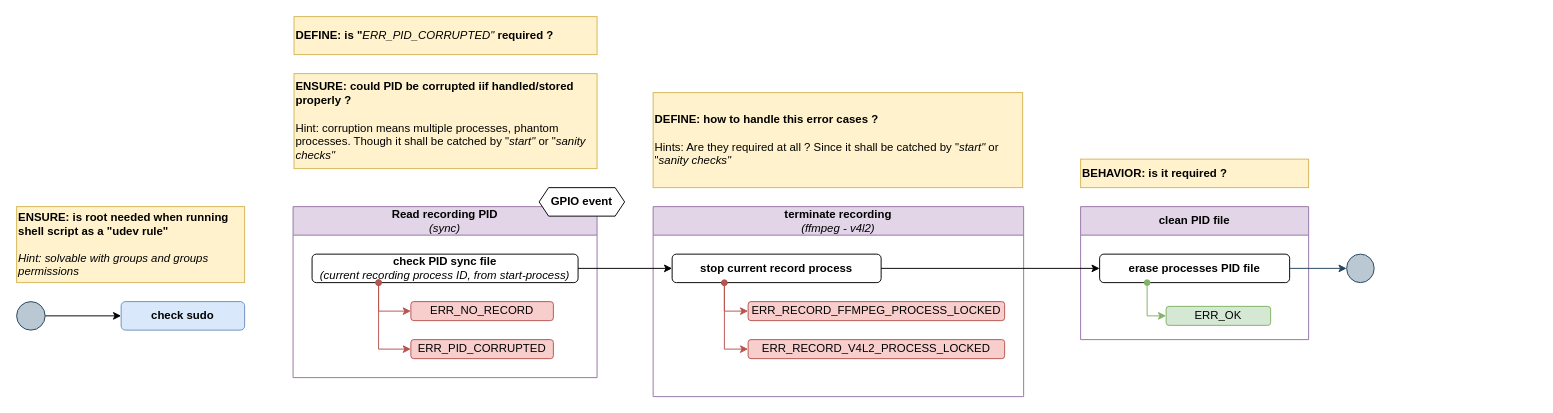
Earlier version of the draw.io diagram page "stop-record" (7 of 9) of docs/arch/arch.drawio (repeact/embedded-sw). Source tidied: cells renumbered, new cells numbered last; positions are measured from the earlier drawing's top-left corner, leaving out a move shared by most shapes. Both pictures are drawn from the tidied source at 95%, with x=0, y=0 at pixel (16, 16).
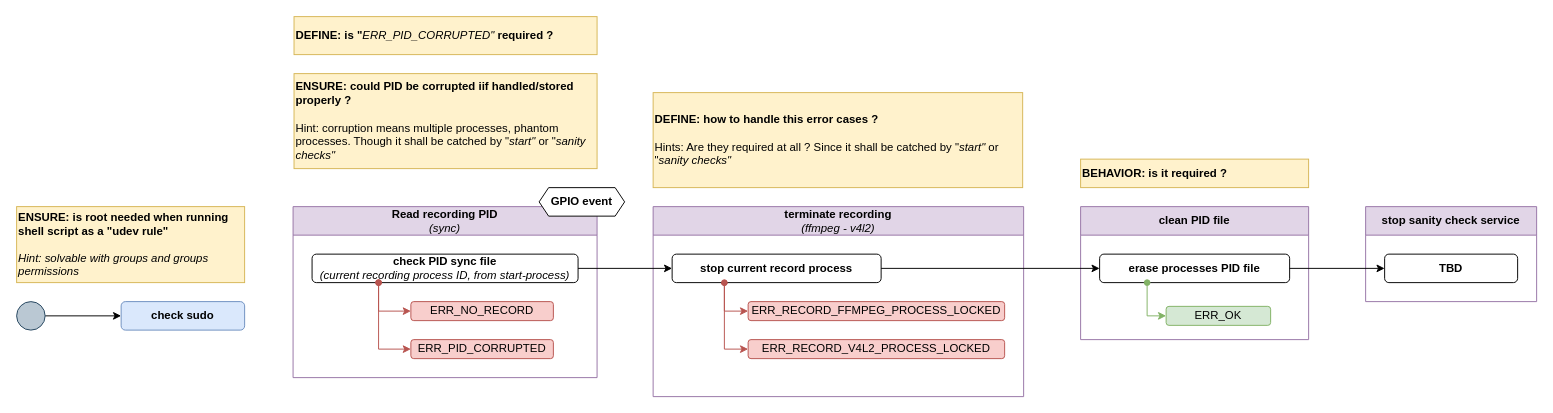
After the change.

Commit message (it also covers changes not shown here):
docs(design-tbd): add 'sanity-check' and 'system-cleanup' placeholders

The change refers to these unchanged cells:
```xml
<mxCell id="15" value="erase processes PID file" style="rounded=1;whiteSpace=wrap;html=1;fontStyle=1;" parent="14" vertex="1">
  <mxGeometry x="20" y="50" width="200" height="30" as="geometry" />
</mxCell>
```

Change to the diagram source:
```diff
@@
-    <mxCell id="18" style="ellipse;whiteSpace=wrap;html=1;fillColor=#bac8d3;strokeColor=#23445d;" parent="1" vertex="1">
-      <mxGeometry x="1400" y="250" width="29" height="30" as="geometry" />
-    </mxCell>
-    <mxCell id="19" style="edgeStyle=orthogonalEdgeStyle;rounded=0;jettySize=auto;html=1;exitX=1;exitY=0.5;exitDx=0;exitDy=0;entryX=0;entryY=0.5;entryDx=0;entryDy=0;fillColor=#bac8d3;strokeColor=#23445d;" parent="1" edge="1" source="15" target="18">
-      <mxGeometry relative="1" as="geometry" />
-    </mxCell>
@@
+    <mxCell id="31" value="stop sanity check service" style="swimlane;whiteSpace=wrap;html=1;startSize=30;fillColor=#e1d5e7;strokeColor=#9673a6;" parent="1" vertex="1">
+      <mxGeometry x="1420" y="200" width="180" height="100" as="geometry" />
+    </mxCell>
+    <mxCell id="32" value="TBD" style="rounded=1;whiteSpace=wrap;html=1;fontStyle=1;" parent="31" vertex="1">
+      <mxGeometry x="20" y="50" width="140" height="30" as="geometry" />
+    </mxCell>
+    <mxCell id="33" style="edgeStyle=orthogonalEdgeStyle;rounded=0;jettySize=auto;html=1;exitX=1;exitY=0.5;exitDx=0;exitDy=0;entryX=0;entryY=0.5;entryDx=0;entryDy=0;" parent="1" edge="1" source="15" target="32">
+      <mxGeometry relative="1" as="geometry" />
+    </mxCell>
```
